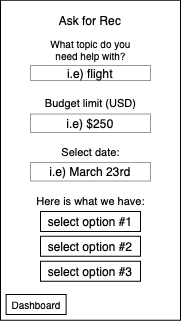
The draw.io diagram ux-design/AskForRec.png in agile-dev-assignments/user-experience-design-team-luniao-devolved, before a commit. Source tidied: cells renumbered, new cells last; positions are measured from the earlier drawing's top-left corner, leaving out a move shared by most shapes.
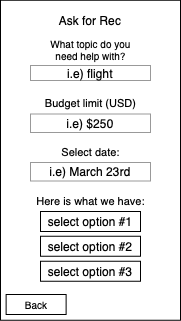
After the commit.

Diff of the diagram source:
```diff
@@ -5,7 +5,7 @@
     <mxCell id="2" style="rounded=0;whiteSpace=wrap;html=1;" parent="1" vertex="1">
       <mxGeometry y="-0.2" width="180" height="320" as="geometry" />
     </mxCell>
-    <mxCell id="3" value="&lt;font style=&quot;font-size: 10px&quot;&gt;Dashboard&lt;/font&gt;" style="rounded=0;whiteSpace=wrap;html=1;strokeColor=#000000;" parent="1" vertex="1">
+    <mxCell id="3" value="&lt;font style=&quot;font-size: 10px&quot;&gt;Back&lt;/font&gt;" style="rounded=0;whiteSpace=wrap;html=1;strokeColor=#000000;" parent="1" vertex="1">
       <mxGeometry x="5.6" y="294" width="60" height="20" as="geometry" />
     </mxCell>
     <mxCell id="4" value="Ask for Rec" style="text;html=1;strokeColor=none;fillColor=none;align=center;verticalAlign=middle;whiteSpace=wrap;rounded=0;" parent="1" vertex="1">
```
